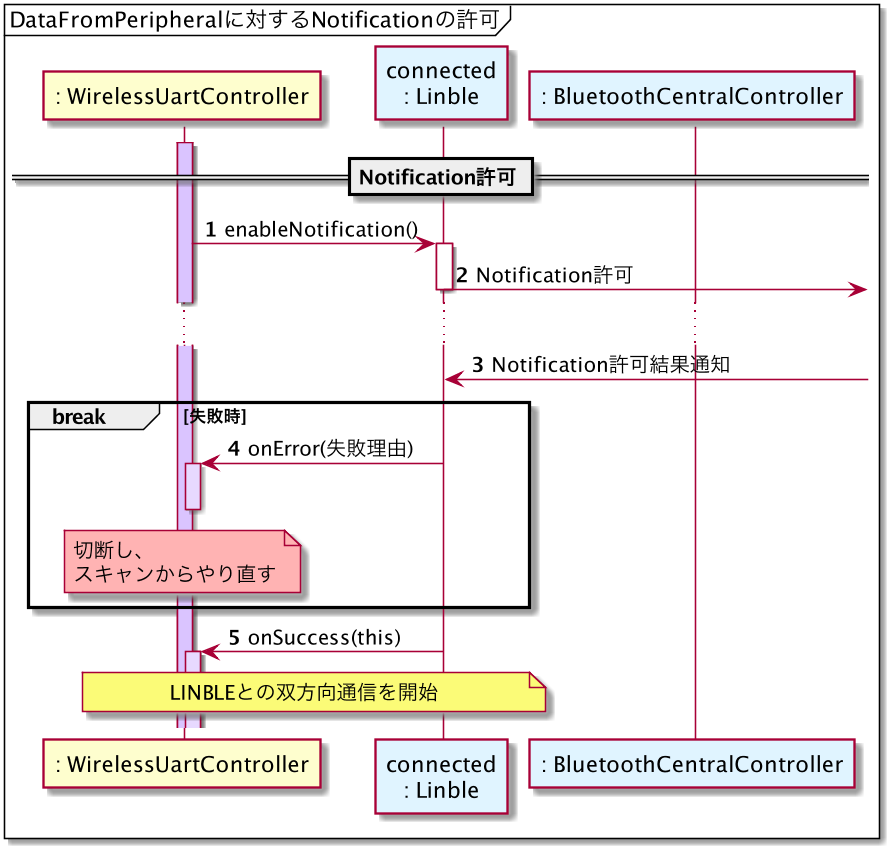
Above: out/plantuml/sequence_enable_notification_from_dfp.png in musen-connect-inc/linble-sample-wireless-uart (PlantUML), before the change. Source of this version:
```plantuml
@startuml sequence_enable_notification_from_dfp
skinparamlocked dpi 150

mainframe DataFromPeripheralに対するNotificationの許可

participant ": WirelessUartController" as WirelessUartController
participant "connected\n: Linble" as Linble #e0f4ff
participant ": BluetoothCentralController" as BluetoothCentralController #e0f4ff

autonumber

==Notification許可==
activate WirelessUartController #dac4ff

WirelessUartController -> Linble: enableNotification()
activate Linble
Linble ->]: Notification許可

deactivate Linble

...

Linble <-]: Notification許可結果通知

break 失敗時

WirelessUartController <- Linble: onError(失敗理由)
activate WirelessUartController #e7d9ff
note over WirelessUartController #ffb3b3: 切断し、\nスキャンからやり直す
deactivate WirelessUartController

end

WirelessUartController <- Linble: onSuccess(this)
activate WirelessUartController #e7d9ff

note over WirelessUartController, Linble: LINBLEとの双方向通信を開始

@enduml
```
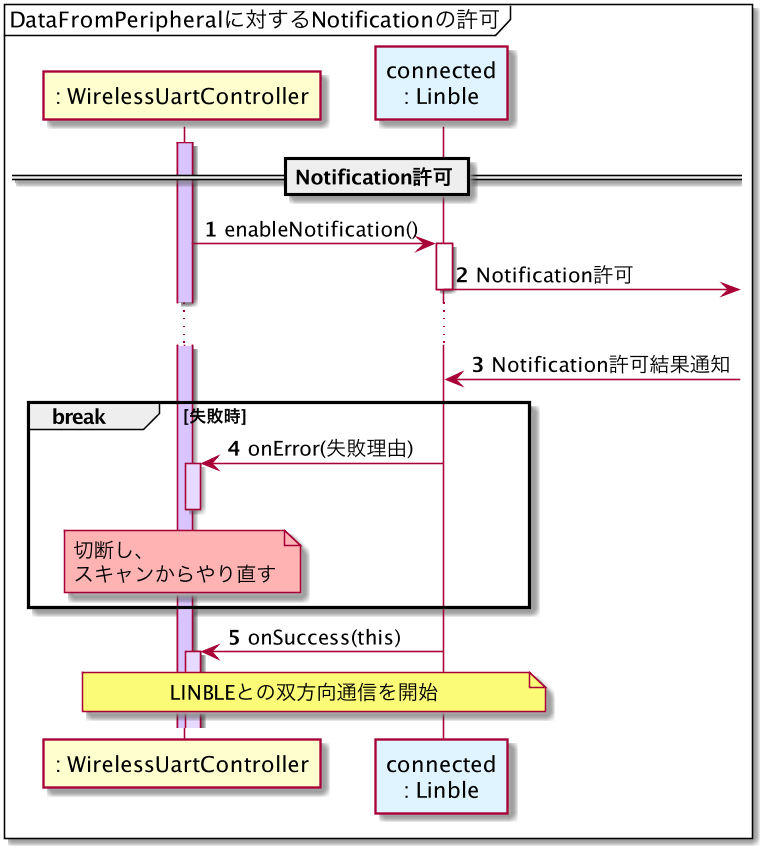
The same diagram one commit later.

Commit message:
GATT準備のシーケンス図に余計なオブジェクトがあったのを修正

What changed in the source:
```diff
@@ -5,7 +5,6 @@
 
 participant ": WirelessUartController" as WirelessUartController
 participant "connected\n: Linble" as Linble #e0f4ff
-participant ": BluetoothCentralController" as BluetoothCentralController #e0f4ff
 
 autonumber
 
```
